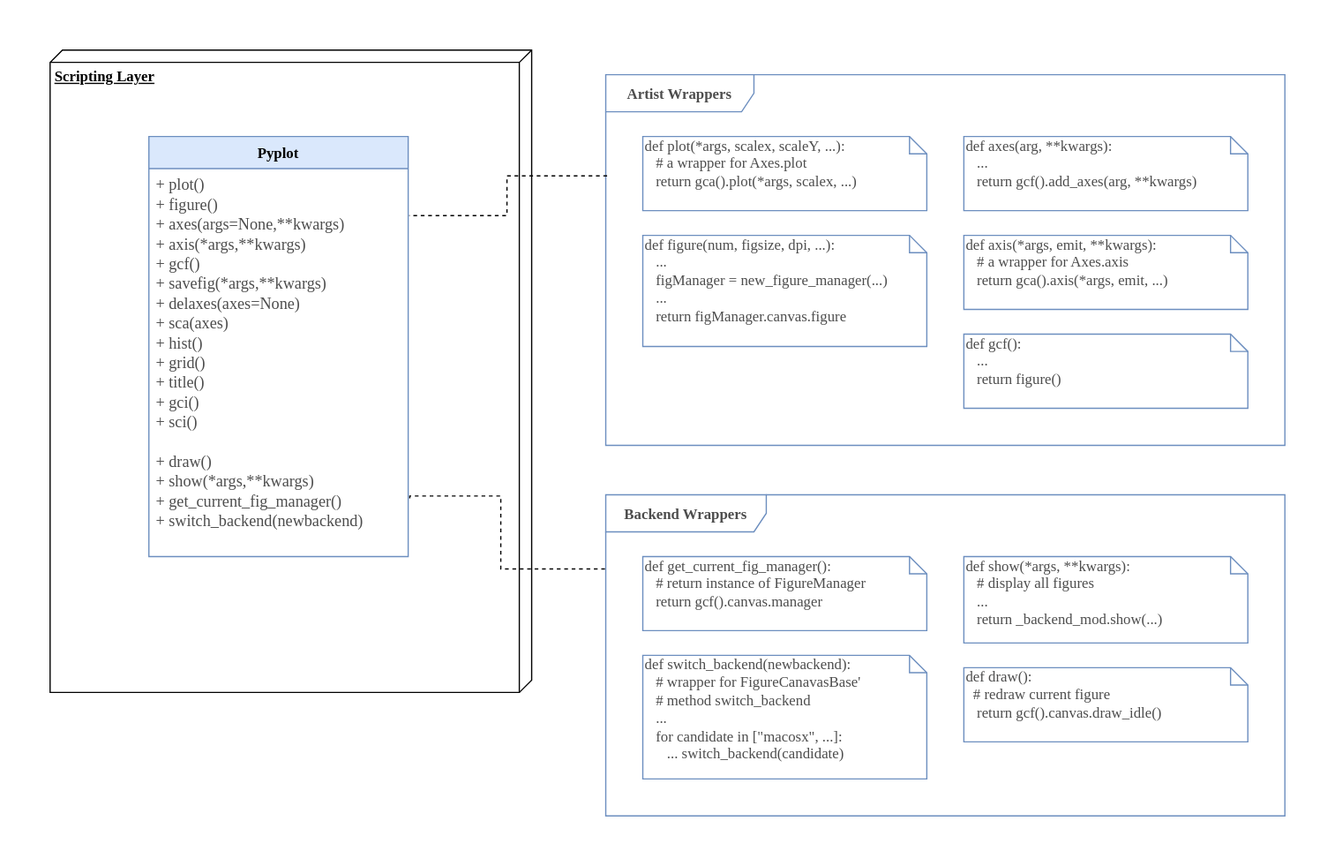
The draw.io diagram deliverable/1/img/UML_Scripting_Layer.svg in CSCD01/team_04-project, before a commit. Source tidied: cells renumbered, new cells last; positions are measured from the earlier drawing's top-left corner, leaving out a move shared by most shapes.
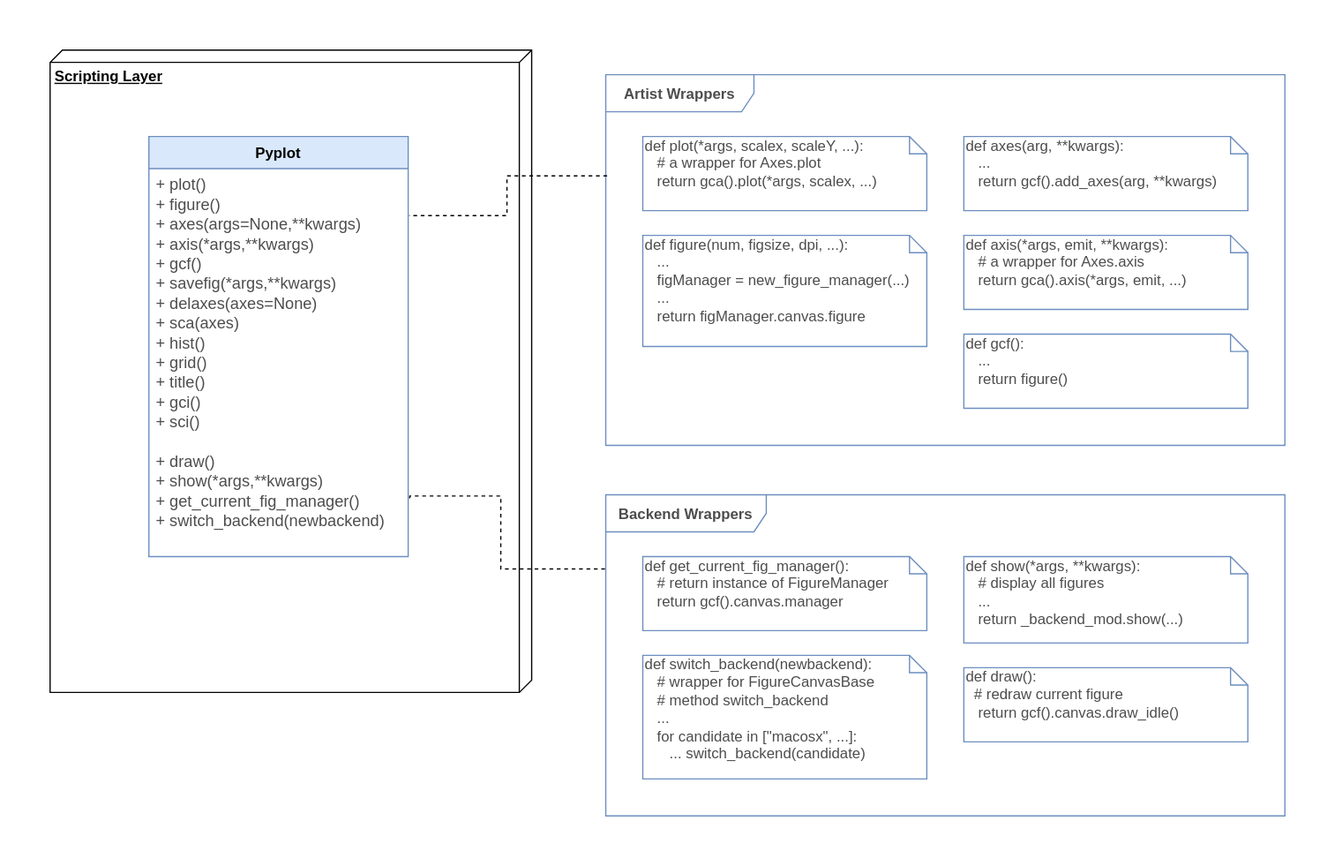
Above is the later version.

What changed in the source:
```diff
@@ -2,37 +2,37 @@
   <root>
     <mxCell id="0" />
     <mxCell id="1" parent="0" />
-    <mxCell id="2" style="html=1;strokeColor=#FFFFFF;" parent="1" vertex="1">
+    <mxCell id="2" style="html=1;strokeColor=#FFFFFF;fontFamily=Helvetica;" parent="1" vertex="1">
       <mxGeometry width="1080" height="700" as="geometry" />
     </mxCell>
-    <mxCell id="3" value="&lt;span style=&quot;font-size: 12px&quot;&gt;&lt;b&gt;Artist Wrappers&lt;/b&gt;&lt;/span&gt;" style="shape=umlFrame;whiteSpace=wrap;html=1;fillColor=none;gradientColor=none;fontFamily=Tahoma;fontSize=13;fontColor=#4D4D4D;strokeColor=#6C8EBF;width=120;height=30;" parent="1" vertex="1">
+    <mxCell id="3" value="&lt;span style=&quot;font-size: 12px&quot;&gt;&lt;b&gt;Artist Wrappers&lt;/b&gt;&lt;/span&gt;" style="shape=umlFrame;whiteSpace=wrap;html=1;fillColor=none;gradientColor=none;fontFamily=Helvetica;fontSize=13;fontColor=#4D4D4D;strokeColor=#6C8EBF;width=120;height=30;" parent="1" vertex="1">
       <mxGeometry x="490" y="60" width="550" height="300" as="geometry" />
     </mxCell>
-    <mxCell id="4" value="&lt;font face=&quot;Tahoma&quot;&gt;&lt;b&gt;Scripting Layer&lt;/b&gt;&lt;/font&gt;" style="verticalAlign=top;align=left;spacingTop=8;spacingLeft=2;spacingRight=12;shape=cube;size=10;direction=south;fontStyle=4;html=1;" parent="1" vertex="1">
+    <mxCell id="4" value="&lt;font&gt;&lt;b&gt;Scripting Layer&lt;/b&gt;&lt;/font&gt;" style="verticalAlign=top;align=left;spacingTop=8;spacingLeft=2;spacingRight=12;shape=cube;size=10;direction=south;fontStyle=4;html=1;fontFamily=Helvetica;" parent="1" vertex="1">
       <mxGeometry x="40" y="40" width="390" height="520" as="geometry" />
     </mxCell>
-    <mxCell id="5" value="Pyplot" style="swimlane;fontStyle=1;horizontal=1;startSize=26;fillColor=#dae8fc;strokeColor=#6c8ebf;fontFamily=Tahoma;" parent="1" vertex="1">
+    <mxCell id="5" value="Pyplot" style="swimlane;fontStyle=1;horizontal=1;startSize=26;fillColor=#dae8fc;strokeColor=#6c8ebf;fontFamily=Helvetica;" parent="1" vertex="1">
       <mxGeometry x="120" y="110" width="210" height="340" as="geometry" />
     </mxCell>
-    <mxCell id="6" value="&lt;font&gt;def figure(num, figsize, dpi, ...):&lt;br&gt;&amp;nbsp; &amp;nbsp;...&lt;br&gt;&amp;nbsp; &amp;nbsp;figManager = new_figure_manager(...)&lt;br&gt;&amp;nbsp; &amp;nbsp;...&lt;br&gt;&amp;nbsp; &amp;nbsp;return figManager.canvas.figure&lt;br&gt;&lt;br&gt;&lt;/font&gt;" style="shape=note;whiteSpace=wrap;html=1;size=14;verticalAlign=top;align=left;spacingTop=-6;fillColor=none;strokeColor=#6c8ebf;gradientColor=none;fontFamily=Tahoma;fontColor=#4D4D4D;" parent="1" vertex="1">
+    <mxCell id="6" value="&lt;font&gt;def figure(num, figsize, dpi, ...):&lt;br&gt;&amp;nbsp; &amp;nbsp;...&lt;br&gt;&amp;nbsp; &amp;nbsp;figManager = new_figure_manager(...)&lt;br&gt;&amp;nbsp; &amp;nbsp;...&lt;br&gt;&amp;nbsp; &amp;nbsp;return figManager.canvas.figure&lt;br&gt;&lt;br&gt;&lt;/font&gt;" style="shape=note;whiteSpace=wrap;html=1;size=14;verticalAlign=top;align=left;spacingTop=-6;fillColor=none;strokeColor=#6c8ebf;gradientColor=none;fontFamily=Helvetica;fontColor=#4D4D4D;" parent="1" vertex="1">
       <mxGeometry x="520" y="190" width="230" height="90" as="geometry" />
     </mxCell>
-    <mxCell id="7" value="&lt;font&gt;def axes(arg, **kwargs):&lt;br&gt;&amp;nbsp; &amp;nbsp;...&lt;br&gt;&amp;nbsp; &amp;nbsp;return gcf().add_axes(arg, **kwargs)&lt;br&gt;&lt;br&gt;&lt;/font&gt;" style="shape=note;whiteSpace=wrap;html=1;size=14;verticalAlign=top;align=left;spacingTop=-6;fillColor=none;strokeColor=#6C8EBF;gradientColor=none;fontFamily=Tahoma;fontColor=#4D4D4D;" parent="1" vertex="1">
+    <mxCell id="7" value="&lt;font&gt;def axes(arg, **kwargs):&lt;br&gt;&amp;nbsp; &amp;nbsp;...&lt;br&gt;&amp;nbsp; &amp;nbsp;return gcf().add_axes(arg, **kwargs)&lt;br&gt;&lt;br&gt;&lt;/font&gt;" style="shape=note;whiteSpace=wrap;html=1;size=14;verticalAlign=top;align=left;spacingTop=-6;fillColor=none;strokeColor=#6C8EBF;gradientColor=none;fontFamily=Helvetica;fontColor=#4D4D4D;" parent="1" vertex="1">
       <mxGeometry x="780" y="110" width="230" height="60" as="geometry" />
     </mxCell>
-    <mxCell id="8" style="edgeStyle=orthogonalEdgeStyle;rounded=0;jettySize=auto;html=1;exitX=0.002;exitY=0.273;exitDx=0;exitDy=0;exitPerimeter=0;entryX=1.004;entryY=0.121;entryDx=0;entryDy=0;entryPerimeter=0;fontFamily=Tahoma;fontSize=13;fontColor=#4D4D4D;dashed=1;endArrow=none;endFill=0;" parent="1" edge="1" source="3" target="13">
+    <mxCell id="8" style="edgeStyle=orthogonalEdgeStyle;rounded=0;jettySize=auto;html=1;exitX=0.002;exitY=0.273;exitDx=0;exitDy=0;exitPerimeter=0;entryX=1.004;entryY=0.121;entryDx=0;entryDy=0;entryPerimeter=0;fontFamily=Helvetica;fontSize=13;fontColor=#4D4D4D;dashed=1;endArrow=none;endFill=0;" parent="1" edge="1" source="3" target="13">
       <mxGeometry relative="1" as="geometry" />
     </mxCell>
-    <mxCell id="9" value="&lt;font&gt;def plot(*args, scalex, scaleY, ...):&lt;br&gt;&amp;nbsp; &amp;nbsp;# a wrapper for Axes.plot&lt;br&gt;&amp;nbsp; &amp;nbsp;return gca().plot(*args, scalex, ...)&lt;br&gt;&amp;nbsp; &amp;nbsp;&lt;br&gt;&lt;/font&gt;" style="shape=note;whiteSpace=wrap;html=1;size=14;verticalAlign=top;align=left;spacingTop=-6;fillColor=none;strokeColor=#6c8ebf;gradientColor=none;fontFamily=Tahoma;fontColor=#4D4D4D;" parent="1" vertex="1">
+    <mxCell id="9" value="&lt;font&gt;def plot(*args, scalex, scaleY, ...):&lt;br&gt;&amp;nbsp; &amp;nbsp;# a wrapper for Axes.plot&lt;br&gt;&amp;nbsp; &amp;nbsp;return gca().plot(*args, scalex, ...)&lt;br&gt;&amp;nbsp; &amp;nbsp;&lt;br&gt;&lt;/font&gt;" style="shape=note;whiteSpace=wrap;html=1;size=14;verticalAlign=top;align=left;spacingTop=-6;fillColor=none;strokeColor=#6c8ebf;gradientColor=none;fontFamily=Helvetica;fontColor=#4D4D4D;" parent="1" vertex="1">
       <mxGeometry x="520" y="110" width="230" height="60" as="geometry" />
     </mxCell>
-    <mxCell id="10" value="&lt;font&gt;def axis(*args, emit, **kwargs):&lt;br&gt;&amp;nbsp; &amp;nbsp;# a wrapper for Axes.axis&lt;br&gt;&amp;nbsp; &amp;nbsp;return gca().axis(*args, emit, ...)&lt;br&gt;&lt;br&gt;&lt;/font&gt;" style="shape=note;whiteSpace=wrap;html=1;size=14;verticalAlign=top;align=left;spacingTop=-6;fillColor=none;strokeColor=#6c8ebf;gradientColor=none;fontFamily=Tahoma;fontColor=#4D4D4D;" parent="1" vertex="1">
+    <mxCell id="10" value="&lt;font&gt;def axis(*args, emit, **kwargs):&lt;br&gt;&amp;nbsp; &amp;nbsp;# a wrapper for Axes.axis&lt;br&gt;&amp;nbsp; &amp;nbsp;return gca().axis(*args, emit, ...)&lt;br&gt;&lt;br&gt;&lt;/font&gt;" style="shape=note;whiteSpace=wrap;html=1;size=14;verticalAlign=top;align=left;spacingTop=-6;fillColor=none;strokeColor=#6c8ebf;gradientColor=none;fontFamily=Helvetica;fontColor=#4D4D4D;" parent="1" vertex="1">
       <mxGeometry x="780" y="190" width="230" height="60" as="geometry" />
     </mxCell>
-    <mxCell id="11" value="&lt;font&gt;def gcf():&lt;br&gt;&amp;nbsp; &amp;nbsp;...&lt;br&gt;&amp;nbsp; &amp;nbsp;return figure()&lt;br&gt;&lt;br&gt;&lt;/font&gt;" style="shape=note;whiteSpace=wrap;html=1;size=14;verticalAlign=top;align=left;spacingTop=-6;fillColor=none;strokeColor=#6c8ebf;gradientColor=none;fontFamily=Tahoma;fontColor=#4D4D4D;" parent="1" vertex="1">
+    <mxCell id="11" value="&lt;font&gt;def gcf():&lt;br&gt;&amp;nbsp; &amp;nbsp;...&lt;br&gt;&amp;nbsp; &amp;nbsp;return figure()&lt;br&gt;&lt;br&gt;&lt;/font&gt;" style="shape=note;whiteSpace=wrap;html=1;size=14;verticalAlign=top;align=left;spacingTop=-6;fillColor=none;strokeColor=#6c8ebf;gradientColor=none;fontFamily=Helvetica;fontColor=#4D4D4D;" parent="1" vertex="1">
       <mxGeometry x="780" y="270" width="230" height="60" as="geometry" />
     </mxCell>
-    <mxCell id="12" style="edgeStyle=orthogonalEdgeStyle;rounded=0;jettySize=auto;html=1;exitX=1.006;exitY=0.85;exitDx=0;exitDy=0;entryX=0.001;entryY=0.238;entryDx=0;entryDy=0;entryPerimeter=0;dashed=1;endArrow=none;endFill=0;fontFamily=Tahoma;fontSize=13;fontColor=#4D4D4D;exitPerimeter=0;" parent="1" edge="1" source="13" target="14">
+    <mxCell id="12" style="edgeStyle=orthogonalEdgeStyle;rounded=0;jettySize=auto;html=1;exitX=1.006;exitY=0.85;exitDx=0;exitDy=0;entryX=0.001;entryY=0.238;entryDx=0;entryDy=0;entryPerimeter=0;dashed=1;endArrow=none;endFill=0;fontFamily=Helvetica;fontSize=13;fontColor=#4D4D4D;exitPerimeter=0;" parent="1" edge="1" source="13" target="14">
       <mxGeometry relative="1" as="geometry">
         <Array as="points">
           <mxPoint x="331" y="401" />
@@ -42,22 +42,22 @@
         </Array>
       </mxGeometry>
     </mxCell>
-    <mxCell id="13" value="+ plot()&#10;+ figure()&#10;+ axes(args=None,**kwargs)&#10;+ axis(*args,**kwargs)&#10;+ gcf()&#10;+ savefig(*args,**kwargs)&#10;+ delaxes(axes=None)&#10;+ sca(axes)&#10;+ hist()&#10;+ grid()&#10;+ title()&#10;+ gci()&#10;+ sci()&#10;&#10;+ draw()&#10;+ show(*args,**kwargs)&#10;+ get_current_fig_manager()&#10;+ switch_backend(newbackend)" style="text;strokeColor=none;fillColor=none;align=left;verticalAlign=top;spacingLeft=4;spacingRight=4;overflow=hidden;points=[[0,0.5],[1,0.5]];portConstraint=eastwest;fontFamily=Tahoma;fontColor=#4d4d4d;fontSize=13;spacingTop=-1;" parent="1" vertex="1">
+    <mxCell id="13" value="+ plot()&#10;+ figure()&#10;+ axes(args=None,**kwargs)&#10;+ axis(*args,**kwargs)&#10;+ gcf()&#10;+ savefig(*args,**kwargs)&#10;+ delaxes(axes=None)&#10;+ sca(axes)&#10;+ hist()&#10;+ grid()&#10;+ title()&#10;+ gci()&#10;+ sci()&#10;&#10;+ draw()&#10;+ show(*args,**kwargs)&#10;+ get_current_fig_manager()&#10;+ switch_backend(newbackend)" style="text;strokeColor=none;fillColor=none;align=left;verticalAlign=top;spacingLeft=4;spacingRight=4;overflow=hidden;points=[[0,0.5],[1,0.5]];portConstraint=eastwest;fontFamily=Helvetica;fontColor=#4d4d4d;fontSize=13;spacingTop=-1;" parent="1" vertex="1">
       <mxGeometry x="120" y="136" width="210" height="314" as="geometry" />
     </mxCell>
-    <mxCell id="14" value="&lt;span style=&quot;font-size: 12px&quot;&gt;&lt;b&gt;Backend Wrappers&lt;/b&gt;&lt;/span&gt;" style="shape=umlFrame;whiteSpace=wrap;html=1;fillColor=none;gradientColor=none;fontFamily=Tahoma;fontSize=13;fontColor=#4D4D4D;strokeColor=#6C8EBF;width=130;height=30;" parent="1" vertex="1">
+    <mxCell id="14" value="&lt;span style=&quot;font-size: 12px&quot;&gt;&lt;b&gt;Backend Wrappers&lt;/b&gt;&lt;/span&gt;" style="shape=umlFrame;whiteSpace=wrap;html=1;fillColor=none;gradientColor=none;fontFamily=Helvetica;fontSize=13;fontColor=#4D4D4D;strokeColor=#6C8EBF;width=130;height=30;" parent="1" vertex="1">
       <mxGeometry x="490" y="400" width="550" height="260" as="geometry" />
     </mxCell>
-    <mxCell id="15" value="&lt;font&gt;def get_current_fig_manager():&lt;br&gt;&amp;nbsp; &amp;nbsp;# return instance of FigureManager&lt;br&gt;&amp;nbsp; &amp;nbsp;return gcf().canvas.manager&lt;br&gt;&lt;br&gt;&lt;/font&gt;" style="shape=note;whiteSpace=wrap;html=1;size=14;verticalAlign=top;align=left;spacingTop=-6;fillColor=none;strokeColor=#6c8ebf;gradientColor=none;fontFamily=Tahoma;fontColor=#4D4D4D;" parent="1" vertex="1">
+    <mxCell id="15" value="&lt;font&gt;def get_current_fig_manager():&lt;br&gt;&amp;nbsp; &amp;nbsp;# return instance of FigureManager&lt;br&gt;&amp;nbsp; &amp;nbsp;return gcf().canvas.manager&lt;br&gt;&lt;br&gt;&lt;/font&gt;" style="shape=note;whiteSpace=wrap;html=1;size=14;verticalAlign=top;align=left;spacingTop=-6;fillColor=none;strokeColor=#6c8ebf;gradientColor=none;fontFamily=Helvetica;fontColor=#4D4D4D;" parent="1" vertex="1">
       <mxGeometry x="520" y="450" width="230" height="60" as="geometry" />
     </mxCell>
-    <mxCell id="16" value="&lt;font&gt;def switch_backend(newbackend):&lt;br&gt;&amp;nbsp; &amp;nbsp;# wrapper for FigureCanavasBase'&lt;br&gt;&amp;nbsp; &amp;nbsp;# method switch_backend&lt;br&gt;&amp;nbsp; &amp;nbsp;...&lt;br&gt;&amp;nbsp; &amp;nbsp;for candidate in [&quot;macosx&quot;, ...]:&lt;br&gt;&amp;nbsp; &amp;nbsp; &amp;nbsp; ... switch_backend(candidate)&lt;br&gt;&lt;br&gt;&lt;/font&gt;" style="shape=note;whiteSpace=wrap;html=1;size=14;verticalAlign=top;align=left;spacingTop=-6;fillColor=none;strokeColor=#6c8ebf;gradientColor=none;fontFamily=Tahoma;fontColor=#4D4D4D;" parent="1" vertex="1">
+    <mxCell id="16" value="&lt;font&gt;def switch_backend(newbackend):&lt;br&gt;&amp;nbsp; &amp;nbsp;# wrapper for FigureCanvasBase&lt;br&gt;&amp;nbsp; &amp;nbsp;# method switch_backend&lt;br&gt;&amp;nbsp; &amp;nbsp;...&lt;br&gt;&amp;nbsp; &amp;nbsp;for candidate in [&quot;macosx&quot;, ...]:&lt;br&gt;&amp;nbsp; &amp;nbsp; &amp;nbsp; ... switch_backend(candidate)&lt;br&gt;&lt;br&gt;&lt;/font&gt;" style="shape=note;whiteSpace=wrap;html=1;size=14;verticalAlign=top;align=left;spacingTop=-6;fillColor=none;strokeColor=#6c8ebf;gradientColor=none;fontFamily=Helvetica;fontColor=#4D4D4D;" parent="1" vertex="1">
       <mxGeometry x="520" y="530" width="230" height="100" as="geometry" />
     </mxCell>
-    <mxCell id="17" value="&lt;font&gt;def show(*args, **kwargs):&lt;br&gt;&amp;nbsp; &amp;nbsp;# display all figures&lt;br&gt;&amp;nbsp; &amp;nbsp;...&lt;br&gt;&amp;nbsp; &amp;nbsp;return _backend_mod.show(...)&lt;br&gt;&amp;nbsp;&lt;br&gt;&lt;br&gt;&lt;/font&gt;" style="shape=note;whiteSpace=wrap;html=1;size=14;verticalAlign=top;align=left;spacingTop=-6;fillColor=none;strokeColor=#6c8ebf;gradientColor=none;fontFamily=Tahoma;fontColor=#4D4D4D;" parent="1" vertex="1">
+    <mxCell id="17" value="&lt;font&gt;def show(*args, **kwargs):&lt;br&gt;&amp;nbsp; &amp;nbsp;# display all figures&lt;br&gt;&amp;nbsp; &amp;nbsp;...&lt;br&gt;&amp;nbsp; &amp;nbsp;return _backend_mod.show(...)&lt;br&gt;&amp;nbsp;&lt;br&gt;&lt;br&gt;&lt;/font&gt;" style="shape=note;whiteSpace=wrap;html=1;size=14;verticalAlign=top;align=left;spacingTop=-6;fillColor=none;strokeColor=#6c8ebf;gradientColor=none;fontFamily=Helvetica;fontColor=#4D4D4D;" parent="1" vertex="1">
       <mxGeometry x="780" y="450" width="230" height="70" as="geometry" />
     </mxCell>
-    <mxCell id="18" value="&lt;font&gt;def draw():&lt;br&gt;&amp;nbsp; # redraw current figure&lt;br&gt;&amp;nbsp; &amp;nbsp;return gcf().canvas.draw_idle()&lt;br&gt;&lt;br&gt;&lt;/font&gt;" style="shape=note;whiteSpace=wrap;html=1;size=14;verticalAlign=top;align=left;spacingTop=-6;fillColor=none;strokeColor=#6c8ebf;gradientColor=none;fontFamily=Tahoma;fontColor=#4D4D4D;" parent="1" vertex="1">
+    <mxCell id="18" value="&lt;font&gt;def draw():&lt;br&gt;&amp;nbsp; # redraw current figure&lt;br&gt;&amp;nbsp; &amp;nbsp;return gcf().canvas.draw_idle()&lt;br&gt;&lt;br&gt;&lt;/font&gt;" style="shape=note;whiteSpace=wrap;html=1;size=14;verticalAlign=top;align=left;spacingTop=-6;fillColor=none;strokeColor=#6c8ebf;gradientColor=none;fontFamily=Helvetica;fontColor=#4D4D4D;" parent="1" vertex="1">
       <mxGeometry x="780" y="540" width="230" height="60" as="geometry" />
     </mxCell>
   </root>
```
